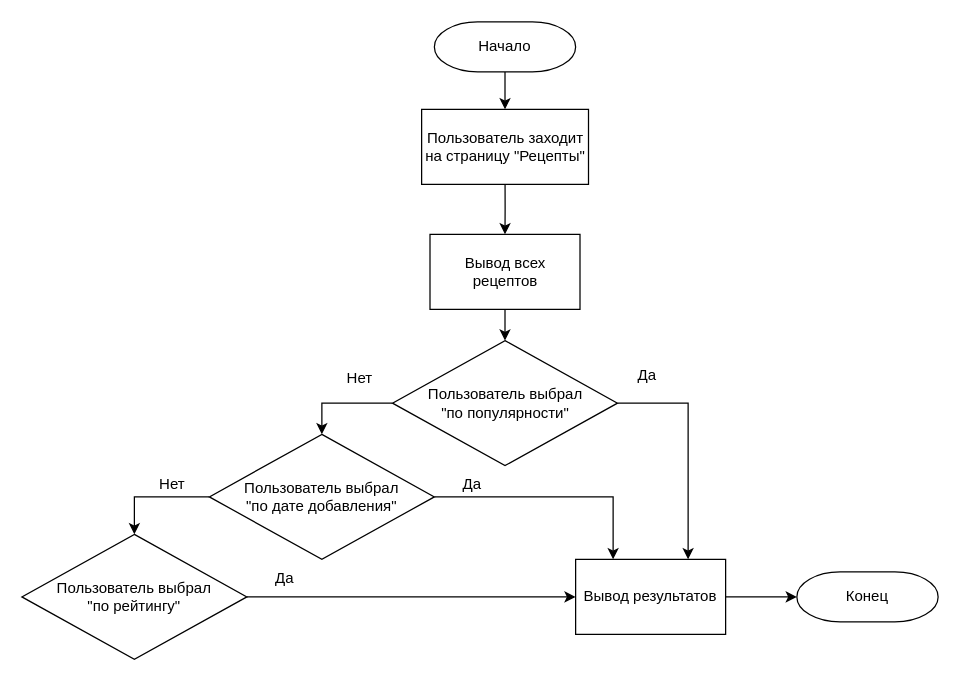
Above: page "Base 2" (3 of 5) of img/Диаграмма без названия.drawio in Discordiks/Pink_girls (draw.io), before the change. Source tidied: cells renumbered, new cells numbered last; positions are measured from the earlier drawing's top-left corner, leaving out a move shared by most shapes. Both pictures are drawn from the tidied source at 125%, with x=0, y=0 at pixel (21, 21).
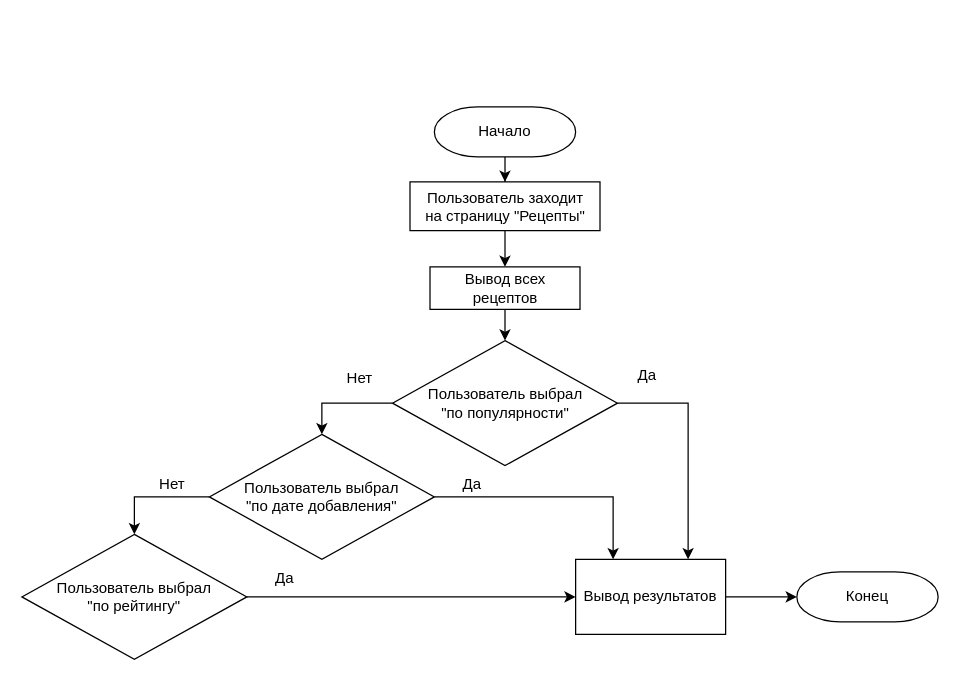
The same page after the edit.

Diff of the diagram source:
```diff
@@
     <mxCell id="3" value="Начало" style="strokeWidth=1;html=1;shape=mxgraph.flowchart.terminator;whiteSpace=wrap;" parent="1" vertex="1">
-      <mxGeometry x="330" width="113" height="40" as="geometry" />
+      <mxGeometry x="330" y="68" width="113" height="40" as="geometry" />
     </mxCell>
@@
-    <mxCell id="5" value="Пользователь заходит на страницу &quot;Рецепты&quot;" style="rounded=0;whiteSpace=wrap;html=1;" parent="1" vertex="1">
-      <mxGeometry x="319.8" y="70" width="133.5" height="60" as="geometry" />
+    <mxCell id="5" value="&lt;div&gt;Пользователь заходит&lt;/div&gt;&lt;div&gt;на страницу &quot;Рецепты&quot;&lt;/div&gt;" style="rounded=0;whiteSpace=wrap;html=1;" parent="1" vertex="1">
+      <mxGeometry x="310.5" y="128" width="152" height="39" as="geometry" />
     </mxCell>
@@
     <mxCell id="7" value="Вывод всех рецептов" style="rounded=0;whiteSpace=wrap;html=1;" parent="1" vertex="1">
-      <mxGeometry x="326.5" y="170" width="120" height="60" as="geometry" />
+      <mxGeometry x="326.5" y="196" width="120" height="34" as="geometry" />
     </mxCell>
```
